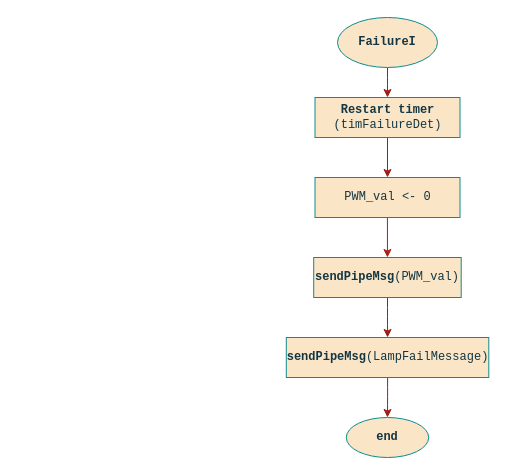
The draw.io diagram page "LampFailureDetector" (3 of 3) of project/report/flowcharts/Sensors.drawio in ESRGgroup9/slipad, before the edit. Source tidied: cells renumbered, new cells numbered last; positions are measured from the earlier drawing's top-left corner, leaving out a move shared by most shapes. Both pictures are drawn from the tidied source at 100%, with x=0, y=0 at pixel (17, 17).
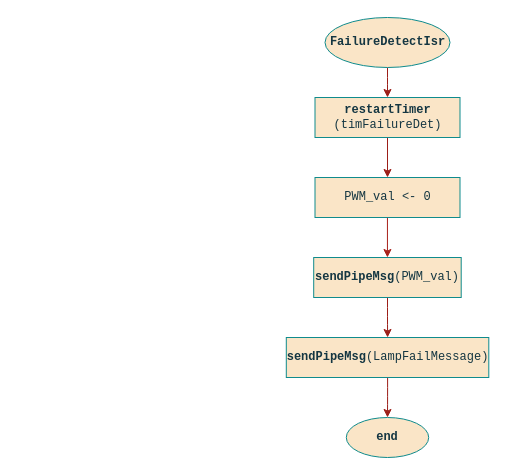
Above is the later version.

What changed in the source:
```diff
@@
 <mxGraphModel>
   <root>
     <mxCell id="0" />
     <mxCell id="1" parent="0" />
     <mxCell id="2" style="edgeStyle=orthogonalEdgeStyle;rounded=1;jettySize=auto;html=1;strokeColor=#9C1E18;" parent="1" edge="1" source="3" target="13">
       <mxGeometry relative="1" as="geometry" />
     </mxCell>
-    <mxCell id="3" value="&lt;b&gt;FailureI&lt;/b&gt;" style="ellipse;whiteSpace=wrap;html=1;fontFamily=Courier New;fillColor=#FAE5C7;strokeColor=#0F8B8D;fontColor=#143642;" parent="1" vertex="1">
-      <mxGeometry x="320" width="100" height="50" as="geometry" />
+    <mxCell id="3" value="&lt;b&gt;FailureDetectIsr&lt;/b&gt;" style="ellipse;whiteSpace=wrap;html=1;fontFamily=Courier New;fillColor=#FAE5C7;strokeColor=#0F8B8D;fontColor=#143642;" parent="1" vertex="1">
+      <mxGeometry x="307.5" width="125" height="50" as="geometry" />
     </mxCell>
     <mxCell id="4" value="&lt;b&gt;end&lt;/b&gt;" style="ellipse;whiteSpace=wrap;html=1;rounded=0;sketch=0;fontFamily=Courier New;fontColor=#143642;strokeColor=#0F8B8D;fillColor=#FAE5C7;" parent="1" vertex="1">
       <mxGeometry x="328.8" y="400" width="82.4" height="40" as="geometry" />
     </mxCell>
     <mxCell id="5" value=" " style="text;html=1;align=center;verticalAlign=middle;strokeColor=none;fillColor=none;" parent="1" vertex="1">
       <mxGeometry y="5" width="20" height="10" as="geometry" />
     </mxCell>
     <mxCell id="6" style="edgeStyle=orthogonalEdgeStyle;curved=0;rounded=1;sketch=0;jettySize=auto;html=1;fontColor=#143642;strokeColor=#A8201A;fillColor=#FAE5C7;entryX=0.5;entryY=0;entryDx=0;entryDy=0;" parent="1" edge="1" source="7" target="9">
       <mxGeometry relative="1" as="geometry" />
     </mxCell>
     <mxCell id="7" value="PWM_val &amp;lt;- 0" style="rounded=0;whiteSpace=wrap;html=1;sketch=0;fontColor=#143642;strokeColor=#0F8B8D;fillColor=#FAE5C7;fontFamily=Courier New;" parent="1" vertex="1">
       <mxGeometry x="297.5" y="160" width="145" height="40" as="geometry" />
     </mxCell>
     <mxCell id="8" style="edgeStyle=orthogonalEdgeStyle;rounded=1;jettySize=auto;html=1;strokeColor=#9C1E18;" parent="1" edge="1" source="9" target="11">
       <mxGeometry relative="1" as="geometry" />
     </mxCell>
     <mxCell id="9" value="&lt;b&gt;sendPipeMsg&lt;/b&gt;(PWM_val)" style="rounded=0;whiteSpace=wrap;html=1;sketch=0;fontColor=#143642;strokeColor=#0F8B8D;fillColor=#FAE5C7;fontFamily=Courier New;" parent="1" vertex="1">
       <mxGeometry x="296.2" y="240" width="147.5" height="40" as="geometry" />
     </mxCell>
     <mxCell id="10" style="edgeStyle=orthogonalEdgeStyle;rounded=1;jettySize=auto;html=1;strokeColor=#9C1E18;" parent="1" edge="1" source="11" target="4">
       <mxGeometry relative="1" as="geometry" />
     </mxCell>
     <mxCell id="11" value="&lt;b&gt;sendPipeMsg&lt;/b&gt;(LampFailMessage)" style="rounded=0;whiteSpace=wrap;html=1;sketch=0;fontColor=#143642;strokeColor=#0F8B8D;fillColor=#FAE5C7;fontFamily=Courier New;" parent="1" vertex="1">
       <mxGeometry x="268.8" y="320" width="202.5" height="40" as="geometry" />
     </mxCell>
     <mxCell id="12" style="edgeStyle=orthogonalEdgeStyle;rounded=1;jettySize=auto;html=1;strokeColor=#9C1E18;" parent="1" edge="1" source="13" target="7">
       <mxGeometry relative="1" as="geometry" />
     </mxCell>
-    <mxCell id="13" value="&lt;b&gt;Restart timer&lt;/b&gt; (timFailureDet)" style="rounded=0;whiteSpace=wrap;html=1;sketch=0;fontColor=#143642;strokeColor=#0F8B8D;fillColor=#FAE5C7;fontFamily=Courier New;" parent="1" vertex="1">
+    <mxCell id="13" value="&lt;b&gt;restartTimer&lt;/b&gt; (timFailureDet)" style="rounded=0;whiteSpace=wrap;html=1;sketch=0;fontColor=#143642;strokeColor=#0F8B8D;fillColor=#FAE5C7;fontFamily=Courier New;" parent="1" vertex="1">
       <mxGeometry x="297.5" y="80" width="145" height="40" as="geometry" />
     </mxCell>
   </root>
 </mxGraphModel>
```
